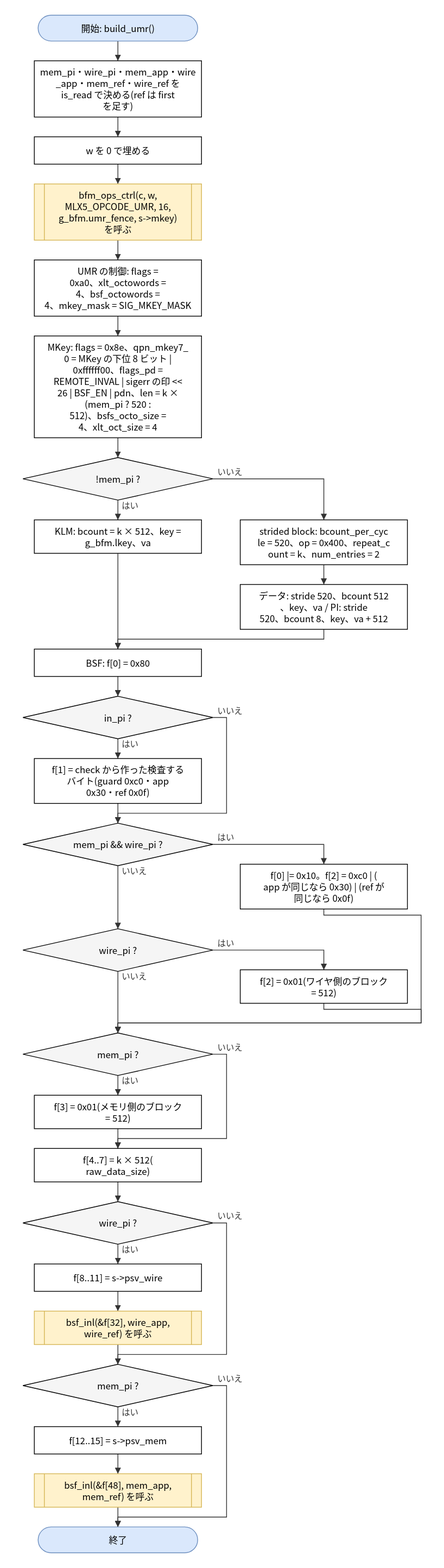
Before: doc/spec/images/flow_src_bfm_dif-build_umr.drawio.svg, a diagram exported from draw.io (hf355051012-ai/bfmem). Source tidied: cells renumbered, new cells last; positions are measured from the earlier drawing's top-left corner, leaving out a move shared by most shapes. Its diagram source:
```xml
<mxGraphModel>
  <root>
    <mxCell id="0" />
    <mxCell id="1" parent="0" />
    <mxCell id="2" value="開始: build_umr()" style="rounded=1;arcSize=50;whiteSpace=wrap;html=1;fillColor=#dae8fc;strokeColor=#6c8ebf;" parent="1" vertex="1">
      <mxGeometry x="20" width="210" height="34" as="geometry" />
    </mxCell>
    <mxCell id="3" value="mem_pi・wire_pi・mem_app・wire&lt;br&gt;_app・mem_ref・wire_ref を&lt;br&gt;is_read で決める(ref は first&lt;br&gt;を足す)" style="rounded=0;whiteSpace=wrap;html=1;" parent="1" vertex="1">
      <mxGeometry x="15" y="60" width="220" height="74" as="geometry" />
    </mxCell>
    <mxCell id="4" value="w を 0 で埋める" style="rounded=0;whiteSpace=wrap;html=1;" parent="1" vertex="1">
      <mxGeometry x="15" y="160" width="220" height="36" as="geometry" />
    </mxCell>
    <mxCell id="5" value="bfm_ops_ctrl(c, w,&lt;br&gt;MLX5_OPCODE_UMR, 16,&lt;br&gt;g_bfm.umr_fence, s-&amp;gt;mkey)&lt;br&gt;を呼ぶ" style="shape=process;whiteSpace=wrap;html=1;backgroundOutline=1;size=0.06;fillColor=#fff2cc;strokeColor=#d6b656;" parent="1" vertex="1">
      <mxGeometry x="15" y="222" width="220" height="74" as="geometry" />
    </mxCell>
    <mxCell id="6" value="UMR の制御: flags =&lt;br&gt;0xa0、xlt_octowords =&lt;br&gt;4、bsf_octowords =&lt;br&gt;4、mkey_mask = SIG_MKEY_MASK" style="rounded=0;whiteSpace=wrap;html=1;" parent="1" vertex="1">
      <mxGeometry x="15" y="322" width="220" height="74" as="geometry" />
    </mxCell>
    <mxCell id="7" value="MKey: flags = 0x8e、qpn_mkey7_&lt;br&gt;0 = MKey の下位 8 ビット |&lt;br&gt;0xffffff00、flags_pd =&lt;br&gt;REMOTE_INVAL | sigerr の印 &amp;lt;&amp;lt;&lt;br&gt;26 | BSF_EN | pdn、len = k ×&lt;br&gt;(mem_pi ? 520 :&lt;br&gt;512)、bsfs_octo_size =&lt;br&gt;4、xlt_oct_size = 4" style="rounded=0;whiteSpace=wrap;html=1;" parent="1" vertex="1">
      <mxGeometry x="15" y="422" width="220" height="134" as="geometry" />
    </mxCell>
    <mxCell id="8" value="!mem_pi ?" style="rhombus;whiteSpace=wrap;html=1;fillColor=#f5f5f5;" parent="1" vertex="1">
      <mxGeometry y="582" width="250" height="56" as="geometry" />
    </mxCell>
    <mxCell id="9" value="KLM: bcount = k × 512、key =&lt;br&gt;g_bfm.lkey、va" style="rounded=0;whiteSpace=wrap;html=1;" parent="1" vertex="1">
      <mxGeometry x="15" y="664" width="220" height="44" as="geometry" />
    </mxCell>
    <mxCell id="10" value="strided block: bcount_per_cyc&lt;br&gt;le = 520、op = 0x400、repeat_c&lt;br&gt;ount = k、num_entries = 2" style="rounded=0;whiteSpace=wrap;html=1;" parent="1" vertex="1">
      <mxGeometry x="286" y="664" width="220" height="59" as="geometry" />
    </mxCell>
    <mxCell id="11" value="データ: stride 520、bcount 512&lt;br&gt;、key、va / PI: stride&lt;br&gt;520、bcount 8、key、va + 512" style="rounded=0;whiteSpace=wrap;html=1;" parent="1" vertex="1">
      <mxGeometry x="286" y="749" width="220" height="59" as="geometry" />
    </mxCell>
    <mxCell id="12" value="BSF: f[0] = 0x80" style="rounded=0;whiteSpace=wrap;html=1;" parent="1" vertex="1">
      <mxGeometry x="15" y="834" width="220" height="36" as="geometry" />
    </mxCell>
    <mxCell id="13" value="in_pi ?" style="rhombus;whiteSpace=wrap;html=1;fillColor=#f5f5f5;" parent="1" vertex="1">
      <mxGeometry y="896" width="250" height="56" as="geometry" />
    </mxCell>
    <mxCell id="14" value="f[1] = check から作った検査する&lt;br&gt;バイト(guard 0xc0・app&lt;br&gt;0x30・ref 0x0f)" style="rounded=0;whiteSpace=wrap;html=1;" parent="1" vertex="1">
      <mxGeometry x="15" y="978" width="220" height="59" as="geometry" />
    </mxCell>
    <mxCell id="15" value="mem_pi &amp;amp;&amp;amp; wire_pi ?" style="rhombus;whiteSpace=wrap;html=1;fillColor=#f5f5f5;" parent="1" vertex="1">
      <mxGeometry y="1063" width="250" height="56" as="geometry" />
    </mxCell>
    <mxCell id="16" value="f[0] |= 0x10。f[2] = 0xc0 | (&lt;br&gt;app が同じなら 0x30) | (ref が&lt;br&gt;同じなら 0x0f)" style="rounded=0;whiteSpace=wrap;html=1;" parent="1" vertex="1">
      <mxGeometry x="286" y="1117" width="220" height="59" as="geometry" />
    </mxCell>
    <mxCell id="17" value="wire_pi ?" style="rhombus;whiteSpace=wrap;html=1;fillColor=#f5f5f5;" parent="1" vertex="1">
      <mxGeometry y="1202" width="250" height="56" as="geometry" />
    </mxCell>
    <mxCell id="18" value="f[2] = 0x01(ワイヤ側のブロック&lt;br&gt;= 512)" style="rounded=0;whiteSpace=wrap;html=1;" parent="1" vertex="1">
      <mxGeometry x="286" y="1256" width="220" height="44" as="geometry" />
    </mxCell>
    <mxCell id="19" value="mem_pi ?" style="rhombus;whiteSpace=wrap;html=1;fillColor=#f5f5f5;" parent="1" vertex="1">
      <mxGeometry y="1339" width="250" height="56" as="geometry" />
    </mxCell>
    <mxCell id="20" value="f[3] = 0x01(メモリ側のブロック&lt;br&gt;= 512)" style="rounded=0;whiteSpace=wrap;html=1;" parent="1" vertex="1">
      <mxGeometry x="15" y="1421" width="220" height="44" as="geometry" />
    </mxCell>
    <mxCell id="21" value="f[4..7] = k × 512(&lt;br&gt;raw_data_size)" style="rounded=0;whiteSpace=wrap;html=1;" parent="1" vertex="1">
      <mxGeometry x="15" y="1491" width="220" height="44" as="geometry" />
    </mxCell>
    <mxCell id="22" value="wire_pi ?" style="rhombus;whiteSpace=wrap;html=1;fillColor=#f5f5f5;" parent="1" vertex="1">
      <mxGeometry y="1561" width="250" height="56" as="geometry" />
    </mxCell>
    <mxCell id="23" value="f[8..11] = s-&amp;gt;psv_wire" style="rounded=0;whiteSpace=wrap;html=1;" parent="1" vertex="1">
      <mxGeometry x="15" y="1643" width="220" height="36" as="geometry" />
    </mxCell>
    <mxCell id="24" value="bsf_inl(&amp;amp;f[32], wire_app,&lt;br&gt;wire_ref) を呼ぶ" style="shape=process;whiteSpace=wrap;html=1;backgroundOutline=1;size=0.06;fillColor=#fff2cc;strokeColor=#d6b656;" parent="1" vertex="1">
      <mxGeometry x="15" y="1705" width="220" height="44" as="geometry" />
    </mxCell>
    <mxCell id="25" value="mem_pi ?" style="rhombus;whiteSpace=wrap;html=1;fillColor=#f5f5f5;" parent="1" vertex="1">
      <mxGeometry y="1775" width="250" height="56" as="geometry" />
    </mxCell>
    <mxCell id="26" value="f[12..15] = s-&amp;gt;psv_mem" style="rounded=0;whiteSpace=wrap;html=1;" parent="1" vertex="1">
      <mxGeometry x="15" y="1857" width="220" height="36" as="geometry" />
    </mxCell>
    <mxCell id="27" value="bsf_inl(&amp;amp;f[48], mem_app,&lt;br&gt;mem_ref) を呼ぶ" style="shape=process;whiteSpace=wrap;html=1;backgroundOutline=1;size=0.06;fillColor=#fff2cc;strokeColor=#d6b656;" parent="1" vertex="1">
      <mxGeometry x="15" y="1919" width="220" height="44" as="geometry" />
    </mxCell>
    <mxCell id="28" value="終了" style="rounded=1;arcSize=50;whiteSpace=wrap;html=1;fillColor=#dae8fc;strokeColor=#6c8ebf;" parent="1" vertex="1">
      <mxGeometry x="20" y="1989" width="210" height="34" as="geometry" />
    </mxCell>
    <mxCell id="29" style="edgeStyle=none;html=1;rounded=0;endArrow=block;endFill=1;exitX=0.5000;exitY=1.0000;exitDx=0;exitDy=0;exitPerimeter=0;entryX=0.5000;entryY=0.0000;entryDx=0;entryDy=0;entryPerimeter=0;" parent="1" edge="1" source="2" target="3">
      <mxGeometry relative="1" as="geometry" />
    </mxCell>
    <mxCell id="30" style="edgeStyle=none;html=1;rounded=0;endArrow=block;endFill=1;exitX=0.5000;exitY=1.0000;exitDx=0;exitDy=0;exitPerimeter=0;entryX=0.5000;entryY=0.0000;entryDx=0;entryDy=0;entryPerimeter=0;" parent="1" edge="1" source="3" target="4">
      <mxGeometry relative="1" as="geometry" />
    </mxCell>
    <mxCell id="31" style="edgeStyle=none;html=1;rounded=0;endArrow=block;endFill=1;exitX=0.5000;exitY=1.0000;exitDx=0;exitDy=0;exitPerimeter=0;entryX=0.5000;entryY=0.0000;entryDx=0;entryDy=0;entryPerimeter=0;" parent="1" edge="1" source="4" target="5">
      <mxGeometry relative="1" as="geometry" />
    </mxCell>
    <mxCell id="32" style="edgeStyle=none;html=1;rounded=0;endArrow=block;endFill=1;exitX=0.5000;exitY=1.0000;exitDx=0;exitDy=0;exitPerimeter=0;entryX=0.5000;entryY=0.0000;entryDx=0;entryDy=0;entryPerimeter=0;" parent="1" edge="1" source="5" target="6">
      <mxGeometry relative="1" as="geometry" />
    </mxCell>
    <mxCell id="33" style="edgeStyle=none;html=1;rounded=0;endArrow=block;endFill=1;exitX=0.5000;exitY=1.0000;exitDx=0;exitDy=0;exitPerimeter=0;entryX=0.5000;entryY=0.0000;entryDx=0;entryDy=0;entryPerimeter=0;" parent="1" edge="1" source="6" target="7">
      <mxGeometry relative="1" as="geometry" />
    </mxCell>
    <mxCell id="34" style="edgeStyle=none;html=1;rounded=0;endArrow=block;endFill=1;exitX=0.5000;exitY=1.0000;exitDx=0;exitDy=0;exitPerimeter=0;entryX=0.5000;entryY=0.0000;entryDx=0;entryDy=0;entryPerimeter=0;" parent="1" edge="1" source="7" target="8">
      <mxGeometry relative="1" as="geometry" />
    </mxCell>
    <mxCell id="35" value="はい" style="edgeStyle=none;html=1;rounded=0;endArrow=block;endFill=1;exitX=0.5000;exitY=1.0000;exitDx=0;exitDy=0;exitPerimeter=0;entryX=0.5000;entryY=0.0000;entryDx=0;entryDy=0;entryPerimeter=0;" parent="1" edge="1" source="8" target="9">
      <mxGeometry relative="1" as="geometry" />
    </mxCell>
    <mxCell id="36" value="いいえ" style="edgeStyle=none;html=1;rounded=0;endArrow=block;endFill=1;exitX=1.0000;exitY=0.5000;exitDx=0;exitDy=0;exitPerimeter=0;entryX=0.5000;entryY=0.0000;entryDx=0;entryDy=0;entryPerimeter=0;" parent="1" edge="1" source="8" target="10">
      <mxGeometry relative="1" as="geometry">
        <Array as="points">
          <mxPoint x="396" y="610" />
        </Array>
      </mxGeometry>
    </mxCell>
    <mxCell id="37" style="edgeStyle=none;html=1;rounded=0;endArrow=block;endFill=1;exitX=0.5000;exitY=1.0000;exitDx=0;exitDy=0;exitPerimeter=0;entryX=0.5000;entryY=0.0000;entryDx=0;entryDy=0;entryPerimeter=0;" parent="1" edge="1" source="10" target="11">
      <mxGeometry relative="1" as="geometry" />
    </mxCell>
    <mxCell id="38" style="edgeStyle=none;html=1;rounded=0;endArrow=block;endFill=1;exitX=0.5000;exitY=1.0000;exitDx=0;exitDy=0;exitPerimeter=0;entryX=0.5000;entryY=0.0000;entryDx=0;entryDy=0;entryPerimeter=0;" parent="1" edge="1" source="9" target="12">
      <mxGeometry relative="1" as="geometry" />
    </mxCell>
    <mxCell id="39" style="edgeStyle=none;html=1;rounded=0;endArrow=block;endFill=1;exitX=0.5000;exitY=1.0000;exitDx=0;exitDy=0;exitPerimeter=0;entryX=0.5000;entryY=0.0000;entryDx=0;entryDy=0;entryPerimeter=0;" parent="1" edge="1" source="11" target="12">
      <mxGeometry relative="1" as="geometry">
        <Array as="points">
          <mxPoint x="396" y="821" />
          <mxPoint x="125" y="821" />
        </Array>
      </mxGeometry>
    </mxCell>
    <mxCell id="40" style="edgeStyle=none;html=1;rounded=0;endArrow=block;endFill=1;exitX=0.5000;exitY=1.0000;exitDx=0;exitDy=0;exitPerimeter=0;entryX=0.5000;entryY=0.0000;entryDx=0;entryDy=0;entryPerimeter=0;" parent="1" edge="1" source="12" target="13">
      <mxGeometry relative="1" as="geometry" />
    </mxCell>
    <mxCell id="41" value="はい" style="edgeStyle=none;html=1;rounded=0;endArrow=block;endFill=1;exitX=0.5000;exitY=1.0000;exitDx=0;exitDy=0;exitPerimeter=0;entryX=0.5000;entryY=0.0000;entryDx=0;entryDy=0;entryPerimeter=0;" parent="1" edge="1" source="13" target="14">
      <mxGeometry relative="1" as="geometry" />
    </mxCell>
    <mxCell id="42" style="edgeStyle=none;html=1;rounded=0;endArrow=block;endFill=1;exitX=0.5000;exitY=1.0000;exitDx=0;exitDy=0;exitPerimeter=0;entryX=0.5000;entryY=0.0000;entryDx=0;entryDy=0;entryPerimeter=0;" parent="1" edge="1" source="14" target="15">
      <mxGeometry relative="1" as="geometry" />
    </mxCell>
    <mxCell id="43" value="いいえ" style="edgeStyle=none;html=1;rounded=0;endArrow=block;endFill=1;exitX=1.0000;exitY=0.5000;exitDx=0;exitDy=0;exitPerimeter=0;entryX=0.5000;entryY=0.0000;entryDx=0;entryDy=0;entryPerimeter=0;" parent="1" edge="1" source="13" target="15">
      <mxGeometry relative="1" as="geometry">
        <Array as="points">
          <mxPoint x="268" y="924" />
          <mxPoint x="268" y="1050" />
          <mxPoint x="125" y="1050" />
        </Array>
      </mxGeometry>
    </mxCell>
    <mxCell id="44" value="はい" style="edgeStyle=none;html=1;rounded=0;endArrow=block;endFill=1;exitX=1.0000;exitY=0.5000;exitDx=0;exitDy=0;exitPerimeter=0;entryX=0.5000;entryY=0.0000;entryDx=0;entryDy=0;entryPerimeter=0;" parent="1" edge="1" source="15" target="16">
      <mxGeometry relative="1" as="geometry">
        <Array as="points">
          <mxPoint x="396" y="1091" />
        </Array>
      </mxGeometry>
    </mxCell>
    <mxCell id="45" value="いいえ" style="edgeStyle=none;html=1;rounded=0;endArrow=block;endFill=1;exitX=0.5000;exitY=1.0000;exitDx=0;exitDy=0;exitPerimeter=0;entryX=0.5000;entryY=0.0000;entryDx=0;entryDy=0;entryPerimeter=0;" parent="1" edge="1" source="15" target="17">
      <mxGeometry relative="1" as="geometry" />
    </mxCell>
    <mxCell id="46" value="はい" style="edgeStyle=none;html=1;rounded=0;endArrow=block;endFill=1;exitX=1.0000;exitY=0.5000;exitDx=0;exitDy=0;exitPerimeter=0;entryX=0.5000;entryY=0.0000;entryDx=0;entryDy=0;entryPerimeter=0;" parent="1" edge="1" source="17" target="18">
      <mxGeometry relative="1" as="geometry">
        <Array as="points">
          <mxPoint x="396" y="1230" />
        </Array>
      </mxGeometry>
    </mxCell>
    <mxCell id="47" value="いいえ" style="edgeStyle=none;html=1;rounded=0;endArrow=block;endFill=1;exitX=0.5000;exitY=1.0000;exitDx=0;exitDy=0;exitPerimeter=0;entryX=0.5000;entryY=0.0000;entryDx=0;entryDy=0;entryPerimeter=0;" parent="1" edge="1" source="17" target="19">
      <mxGeometry relative="1" as="geometry" />
    </mxCell>
    <mxCell id="48" style="edgeStyle=none;html=1;rounded=0;endArrow=block;endFill=1;exitX=0.5000;exitY=1.0000;exitDx=0;exitDy=0;exitPerimeter=0;entryX=0.5000;entryY=0.0000;entryDx=0;entryDy=0;entryPerimeter=0;" parent="1" edge="1" source="16" target="19">
      <mxGeometry relative="1" as="geometry">
        <Array as="points">
          <mxPoint x="396" y="1184" />
          <mxPoint x="524" y="1184" />
          <mxPoint x="524" y="1326" />
          <mxPoint x="125" y="1326" />
        </Array>
      </mxGeometry>
    </mxCell>
    <mxCell id="49" style="edgeStyle=none;html=1;rounded=0;endArrow=block;endFill=1;exitX=0.5000;exitY=1.0000;exitDx=0;exitDy=0;exitPerimeter=0;entryX=0.5000;entryY=0.0000;entryDx=0;entryDy=0;entryPerimeter=0;" parent="1" edge="1" source="18" target="19">
      <mxGeometry relative="1" as="geometry">
        <Array as="points">
          <mxPoint x="396" y="1308" />
          <mxPoint x="524" y="1308" />
          <mxPoint x="524" y="1326" />
          <mxPoint x="125" y="1326" />
        </Array>
      </mxGeometry>
    </mxCell>
    <mxCell id="50" value="はい" style="edgeStyle=none;html=1;rounded=0;endArrow=block;endFill=1;exitX=0.5000;exitY=1.0000;exitDx=0;exitDy=0;exitPerimeter=0;entryX=0.5000;entryY=0.0000;entryDx=0;entryDy=0;entryPerimeter=0;" parent="1" edge="1" source="19" target="20">
      <mxGeometry relative="1" as="geometry" />
    </mxCell>
    <mxCell id="51" style="edgeStyle=none;html=1;rounded=0;endArrow=block;endFill=1;exitX=0.5000;exitY=1.0000;exitDx=0;exitDy=0;exitPerimeter=0;entryX=0.5000;entryY=0.0000;entryDx=0;entryDy=0;entryPerimeter=0;" parent="1" edge="1" source="20" target="21">
      <mxGeometry relative="1" as="geometry" />
    </mxCell>
    <mxCell id="52" value="いいえ" style="edgeStyle=none;html=1;rounded=0;endArrow=block;endFill=1;exitX=1.0000;exitY=0.5000;exitDx=0;exitDy=0;exitPerimeter=0;entryX=0.5000;entryY=0.0000;entryDx=0;entryDy=0;entryPerimeter=0;" parent="1" edge="1" source="19" target="21">
      <mxGeometry relative="1" as="geometry">
        <Array as="points">
          <mxPoint x="268" y="1367" />
          <mxPoint x="268" y="1478" />
          <mxPoint x="125" y="1478" />
        </Array>
      </mxGeometry>
    </mxCell>
    <mxCell id="53" style="edgeStyle=none;html=1;rounded=0;endArrow=block;endFill=1;exitX=0.5000;exitY=1.0000;exitDx=0;exitDy=0;exitPerimeter=0;entryX=0.5000;entryY=0.0000;entryDx=0;entryDy=0;entryPerimeter=0;" parent="1" edge="1" source="21" target="22">
      <mxGeometry relative="1" as="geometry" />
    </mxCell>
    <mxCell id="54" value="はい" style="edgeStyle=none;html=1;rounded=0;endArrow=block;endFill=1;exitX=0.5000;exitY=1.0000;exitDx=0;exitDy=0;exitPerimeter=0;entryX=0.5000;entryY=0.0000;entryDx=0;entryDy=0;entryPerimeter=0;" parent="1" edge="1" source="22" target="23">
      <mxGeometry relative="1" as="geometry" />
    </mxCell>
    <mxCell id="55" style="edgeStyle=none;html=1;rounded=0;endArrow=block;endFill=1;exitX=0.5000;exitY=1.0000;exitDx=0;exitDy=0;exitPerimeter=0;entryX=0.5000;entryY=0.0000;entryDx=0;entryDy=0;entryPerimeter=0;" parent="1" edge="1" source="23" target="24">
      <mxGeometry relative="1" as="geometry" />
    </mxCell>
    <mxCell id="56" style="edgeStyle=none;html=1;rounded=0;endArrow=block;endFill=1;exitX=0.5000;exitY=1.0000;exitDx=0;exitDy=0;exitPerimeter=0;entryX=0.5000;entryY=0.0000;entryDx=0;entryDy=0;entryPerimeter=0;" parent="1" edge="1" source="24" target="25">
      <mxGeometry relative="1" as="geometry" />
    </mxCell>
    <mxCell id="57" value="いいえ" style="edgeStyle=none;html=1;rounded=0;endArrow=block;endFill=1;exitX=1.0000;exitY=0.5000;exitDx=0;exitDy=0;exitPerimeter=0;entryX=0.5000;entryY=0.0000;entryDx=0;entryDy=0;entryPerimeter=0;" parent="1" edge="1" source="22" target="25">
      <mxGeometry relative="1" as="geometry">
        <Array as="points">
          <mxPoint x="268" y="1589" />
          <mxPoint x="268" y="1762" />
          <mxPoint x="125" y="1762" />
        </Array>
      </mxGeometry>
    </mxCell>
    <mxCell id="58" value="はい" style="edgeStyle=none;html=1;rounded=0;endArrow=block;endFill=1;exitX=0.5000;exitY=1.0000;exitDx=0;exitDy=0;exitPerimeter=0;entryX=0.5000;entryY=0.0000;entryDx=0;entryDy=0;entryPerimeter=0;" parent="1" edge="1" source="25" target="26">
      <mxGeometry relative="1" as="geometry" />
    </mxCell>
    <mxCell id="59" style="edgeStyle=none;html=1;rounded=0;endArrow=block;endFill=1;exitX=0.5000;exitY=1.0000;exitDx=0;exitDy=0;exitPerimeter=0;entryX=0.5000;entryY=0.0000;entryDx=0;entryDy=0;entryPerimeter=0;" parent="1" edge="1" source="26" target="27">
      <mxGeometry relative="1" as="geometry" />
    </mxCell>
    <mxCell id="60" style="edgeStyle=none;html=1;rounded=0;endArrow=block;endFill=1;exitX=0.5000;exitY=1.0000;exitDx=0;exitDy=0;exitPerimeter=0;entryX=0.5000;entryY=0.0000;entryDx=0;entryDy=0;entryPerimeter=0;" parent="1" edge="1" source="27" target="28">
      <mxGeometry relative="1" as="geometry" />
    </mxCell>
    <mxCell id="61" value="いいえ" style="edgeStyle=none;html=1;rounded=0;endArrow=block;endFill=1;exitX=1.0000;exitY=0.5000;exitDx=0;exitDy=0;exitPerimeter=0;entryX=0.5000;entryY=0.0000;entryDx=0;entryDy=0;entryPerimeter=0;" parent="1" edge="1" source="25" target="28">
      <mxGeometry relative="1" as="geometry">
        <Array as="points">
          <mxPoint x="268" y="1803" />
          <mxPoint x="268" y="1976" />
          <mxPoint x="125" y="1976" />
        </Array>
      </mxGeometry>
    </mxCell>
  </root>
</mxGraphModel>
```
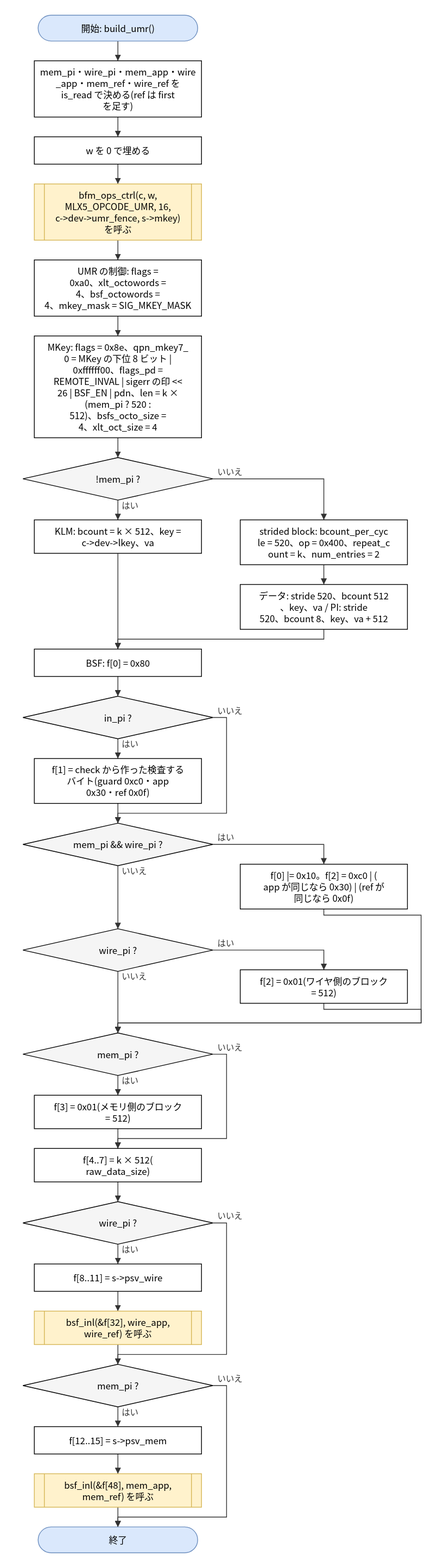
After the change.

Change to the diagram source:
```diff
@@ -11,7 +11,7 @@
     <mxCell id="4" value="w を 0 で埋める" style="rounded=0;whiteSpace=wrap;html=1;" parent="1" vertex="1">
       <mxGeometry x="15" y="160" width="220" height="36" as="geometry" />
     </mxCell>
-    <mxCell id="5" value="bfm_ops_ctrl(c, w,&lt;br&gt;MLX5_OPCODE_UMR, 16,&lt;br&gt;g_bfm.umr_fence, s-&amp;gt;mkey)&lt;br&gt;を呼ぶ" style="shape=process;whiteSpace=wrap;html=1;backgroundOutline=1;size=0.06;fillColor=#fff2cc;strokeColor=#d6b656;" parent="1" vertex="1">
+    <mxCell id="5" value="bfm_ops_ctrl(c, w,&lt;br&gt;MLX5_OPCODE_UMR, 16,&lt;br&gt;c-&amp;gt;dev-&amp;gt;umr_fence, s-&amp;gt;mkey)&lt;br&gt;を呼ぶ" style="shape=process;whiteSpace=wrap;html=1;backgroundOutline=1;size=0.06;fillColor=#fff2cc;strokeColor=#d6b656;" parent="1" vertex="1">
       <mxGeometry x="15" y="222" width="220" height="74" as="geometry" />
     </mxCell>
     <mxCell id="6" value="UMR の制御: flags =&lt;br&gt;0xa0、xlt_octowords =&lt;br&gt;4、bsf_octowords =&lt;br&gt;4、mkey_mask = SIG_MKEY_MASK" style="rounded=0;whiteSpace=wrap;html=1;" parent="1" vertex="1">
@@ -23,7 +23,7 @@
     <mxCell id="8" value="!mem_pi ?" style="rhombus;whiteSpace=wrap;html=1;fillColor=#f5f5f5;" parent="1" vertex="1">
       <mxGeometry y="582" width="250" height="56" as="geometry" />
     </mxCell>
-    <mxCell id="9" value="KLM: bcount = k × 512、key =&lt;br&gt;g_bfm.lkey、va" style="rounded=0;whiteSpace=wrap;html=1;" parent="1" vertex="1">
+    <mxCell id="9" value="KLM: bcount = k × 512、key =&lt;br&gt;c-&amp;gt;dev-&amp;gt;lkey、va" style="rounded=0;whiteSpace=wrap;html=1;" parent="1" vertex="1">
       <mxGeometry x="15" y="664" width="220" height="44" as="geometry" />
     </mxCell>
     <mxCell id="10" value="strided block: bcount_per_cyc&lt;br&gt;le = 520、op = 0x400、repeat_c&lt;br&gt;ount = k、num_entries = 2" style="rounded=0;whiteSpace=wrap;html=1;" parent="1" vertex="1">
```
